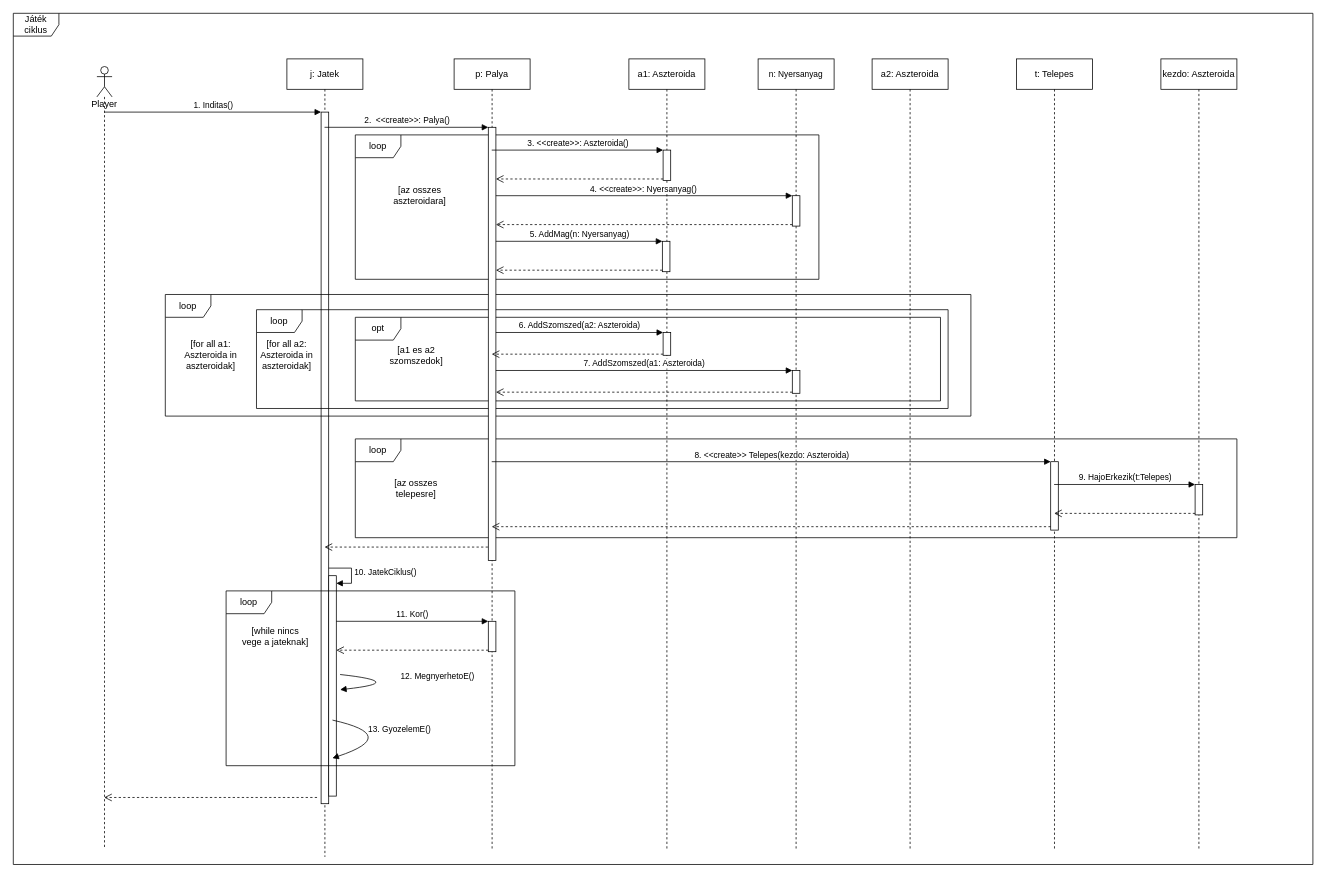
Earlier version of the draw.io diagram doc/uml/jatek_ciklus.drawio (torpeBoiGo/aszteroidabanyaszat). Source tidied: cells renumbered, new cells numbered last; positions are measured from the earlier drawing's top-left corner, leaving out a move shared by most shapes. Both pictures are drawn from the tidied source at 76%, with x=0, y=0 at pixel (13, 13).
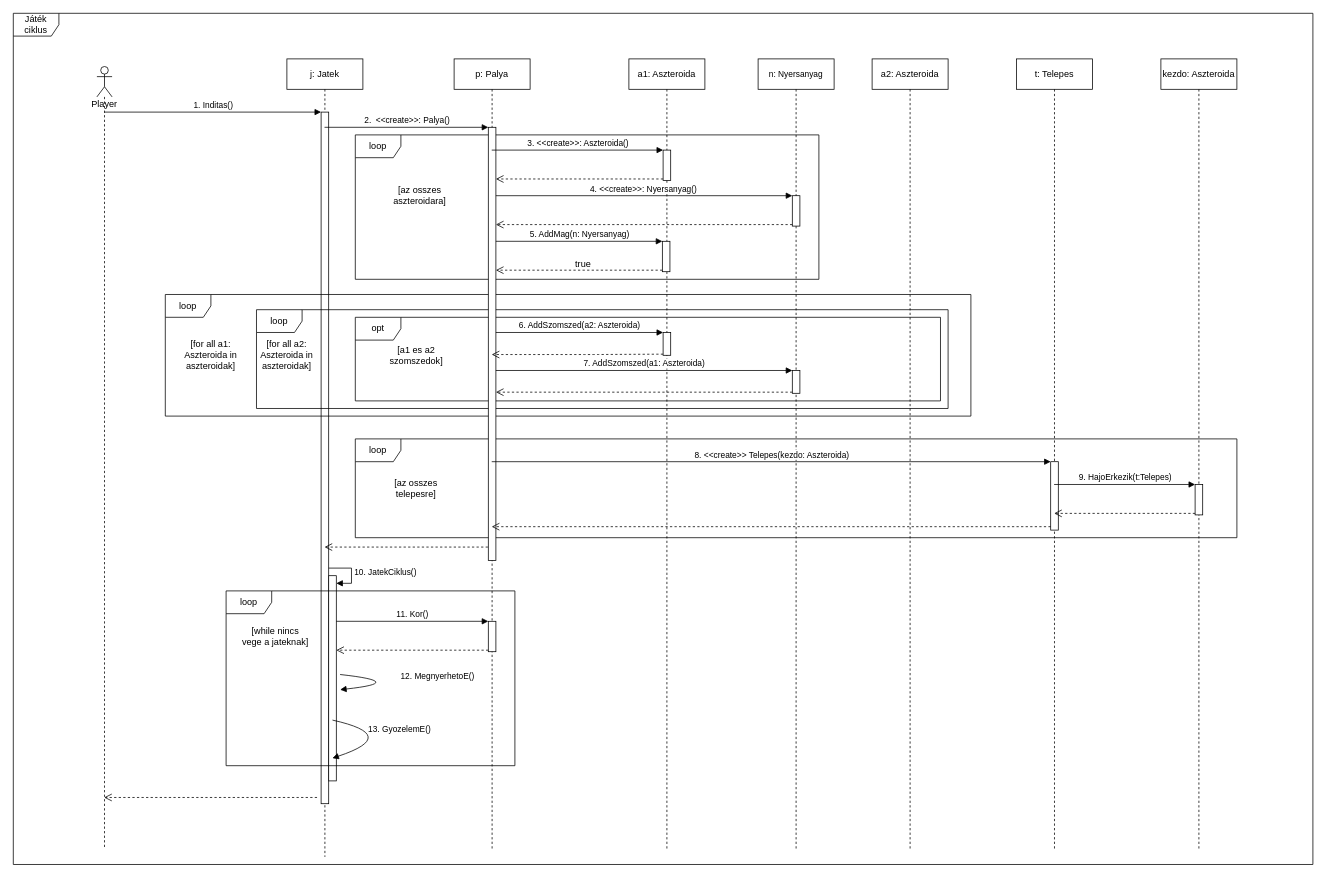
The same page after the edit.

Commit message:
Update jatek_ciklus.drawio: addMag() visszater true-val

Unchanged cells that the change refers to:
```xml
<mxCell id="3" value="j: Jatek" style="shape=umlLifeline;perimeter=lifelinePerimeter;whiteSpace=wrap;html=1;outlineConnect=0;" parent="1" vertex="1">
  <mxGeometry x="360" y="60" width="100" height="1050" as="geometry" />
</mxCell>
<mxCell id="17" value="p: Palya" style="shape=umlLifeline;perimeter=lifelinePerimeter;whiteSpace=wrap;html=1;outlineConnect=0;" parent="1" vertex="1">
  <mxGeometry x="580" y="60" width="100" height="1040" as="geometry" />
</mxCell>
<mxCell id="30" style="html=1;points=[];perimeter=orthogonalPerimeter;" parent="27" vertex="1">
  <mxGeometry x="45" y="360" width="10" height="30" as="geometry" />
</mxCell>
```

What changed in the source:
```diff
@@
     <mxCell id="5" style="html=1;perimeter=orthogonalPerimeter;" parent="3" vertex="1">
-      <mxGeometry x="55" y="680" width="10" height="290" as="geometry" />
+      <mxGeometry x="55" y="680" width="10" height="270" as="geometry" />
     </mxCell>
@@
     <mxCell id="51" style="html=1;verticalAlign=bottom;endArrow=open;dashed=1;endSize=8;exitX=0;exitY=0.95;" parent="1" edge="1" source="30" target="17">
       <mxGeometry x="1" y="-334" relative="1" as="geometry">
+        <Array as="points">
+          <mxPoint x="760" y="449" />
+        </Array>
         <mxPoint x="-299" y="185" as="offset" />
       </mxGeometry>
     </mxCell>
@@
+    <mxCell id="57" value="true" style="text;html=1;strokeColor=none;fillColor=none;align=center;verticalAlign=middle;whiteSpace=wrap;rounded=0;" parent="1" vertex="1">
+      <mxGeometry x="730" y="320" width="40" height="20" as="geometry" />
+    </mxCell>
```
